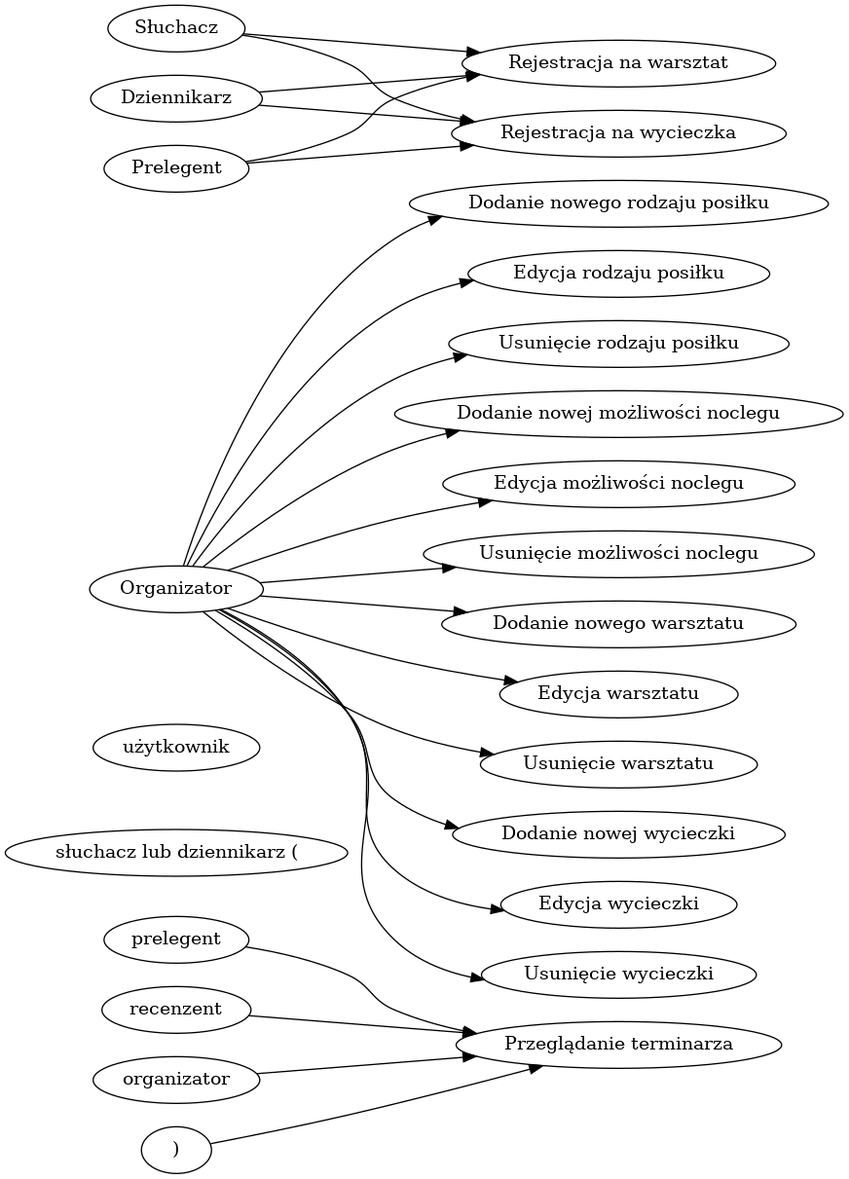
Earlier version of the Graphviz export przypadki.png (zyla/iop_konferencja). Its source is kept beside it as przypadki.dot. The source it was exported from:
```dot
digraph { rankdir=LR; "prelegent" -> "Przeglądanie terminarza"
"recenzent" -> "Przeglądanie terminarza"
"organizator" -> "Przeglądanie terminarza"
"słuchacz lub dziennikarz ("użytkownik")" -> "Przeglądanie terminarza"
"Organizator" -> "Dodanie nowego rodzaju posiłku"
"Organizator" -> "Edycja rodzaju posiłku"
"Organizator" -> "Usunięcie rodzaju posiłku"
"Organizator" -> "Dodanie nowej możliwości noclegu"
"Organizator" -> "Edycja możliwości noclegu"
"Organizator" -> "Usunięcie możliwości noclegu"
"Organizator" -> "Dodanie nowego warsztatu"
"Organizator" -> "Edycja warsztatu"
"Organizator" -> "Usunięcie warsztatu"
"Organizator" -> "Dodanie nowej wycieczki"
"Organizator" -> "Edycja wycieczki"
"Organizator" -> "Usunięcie wycieczki"
"Słuchacz" -> "Rejestracja na warsztat"
"Dziennikarz" -> "Rejestracja na warsztat"
"Prelegent" -> "Rejestracja na warsztat"
"Słuchacz" -> "Rejestracja na wycieczka"
"Dziennikarz" -> "Rejestracja na wycieczka"
"Prelegent" -> "Rejestracja na wycieczka"
 }
```
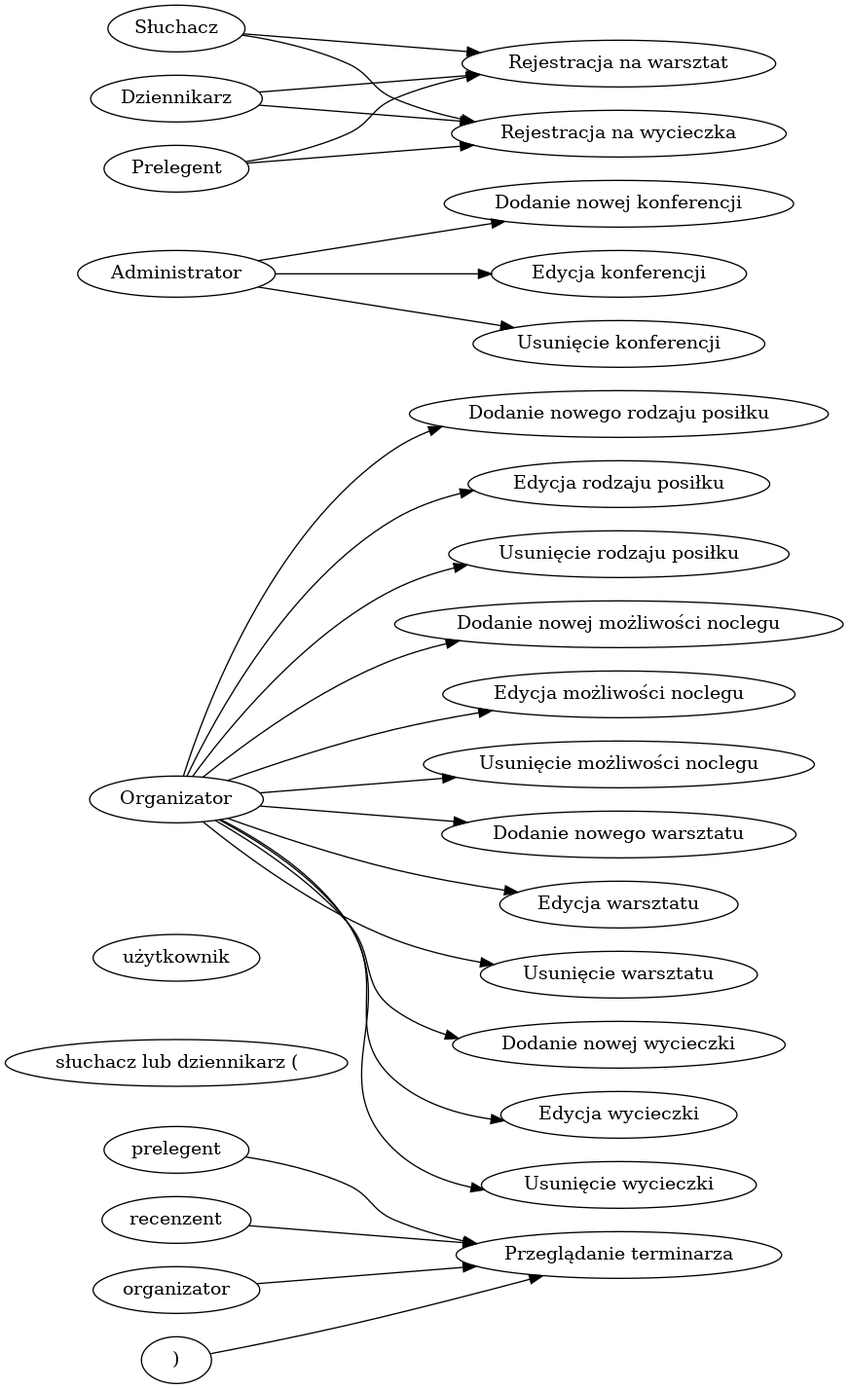
Later version of the same file.

Change to the diagram source:
```diff
@@ -14,6 +14,9 @@
 "Organizator" -> "Dodanie nowej wycieczki"
 "Organizator" -> "Edycja wycieczki"
 "Organizator" -> "Usunięcie wycieczki"
+"Administrator" -> "Dodanie nowej konferencji"
+"Administrator" -> "Edycja konferencji"
+"Administrator" -> "Usunięcie konferencji"
 "Słuchacz" -> "Rejestracja na warsztat"
 "Dziennikarz" -> "Rejestracja na warsztat"
 "Prelegent" -> "Rejestracja na warsztat"
```
